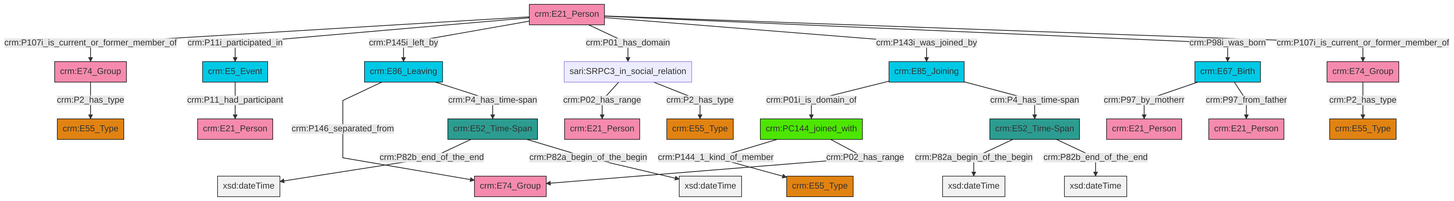
Earlier version of the Mermaid export et/personCSV/ttl/mmd/png/Person_Actor_Relations.png (swiss-art-research-net/docs.swissartresearch). Its source is kept beside it as et/personCSV/ttl/mmd/Person_Actor_Relations.ttl.mmd.
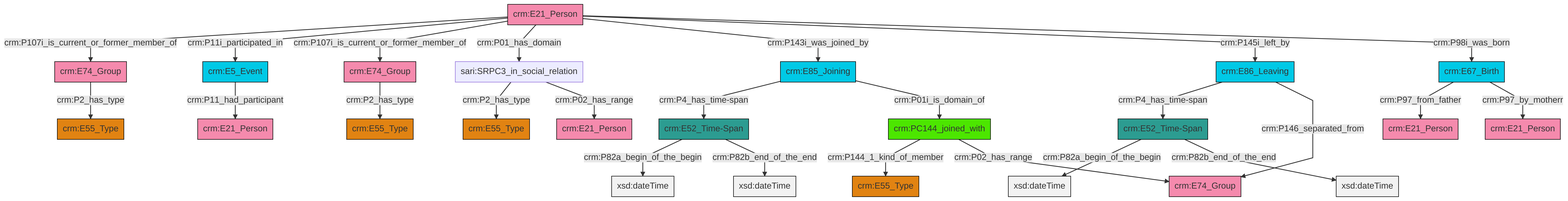
After the commit.

The edit, as a diff of the source:
```diff
@@ -13,27 +13,27 @@
 classDef PC_Classes fill:#4ce600, stroke:#000000;
 classDef Multi fill:#cccccc,stroke:#000000;
 
-0["crm:E21_Person"]:::Actor -->|crm:P107i_is_current_or_former_member_of| 1["crm:E74_Group"]:::Actor
-4["crm:PC144_joined_with"]:::PC_Classes -->|crm:P144_1_kind_of_member| 5["crm:E55_Type"]:::Type
-7["crm:E67_Birth"]:::Temporal_Entity -->|crm:P97_by_motherr| 8["crm:E21_Person"]:::Actor
-7["crm:E67_Birth"]:::Temporal_Entity -->|crm:P97_from_father| 10["crm:E21_Person"]:::Actor
-13["crm:E86_Leaving"]:::Temporal_Entity -->|crm:P146_separated_from| 14["crm:E74_Group"]:::Actor
-15["sari:SRPC3_in_social_relation"]:::Default -->|crm:P02_has_range| 16["crm:E21_Person"]:::Actor
-17["crm:E52_Time-Span"]:::Time-Span -->|crm:P82a_begin_of_the_begin| 18[xsd:dateTime]:::Literal
-19["crm:E52_Time-Span"]:::Time-Span -->|crm:P82b_end_of_the_end| 20[xsd:dateTime]:::Literal
-17["crm:E52_Time-Span"]:::Time-Span -->|crm:P82b_end_of_the_end| 21[xsd:dateTime]:::Literal
-0["crm:E21_Person"]:::Actor -->|crm:P11i_participated_in| 22["crm:E5_Event"]:::Temporal_Entity
-0["crm:E21_Person"]:::Actor -->|crm:P145i_left_by| 13["crm:E86_Leaving"]:::Temporal_Entity
-0["crm:E21_Person"]:::Actor -->|crm:P01_has_domain| 15["sari:SRPC3_in_social_relation"]:::Default
-0["crm:E21_Person"]:::Actor -->|crm:P143i_was_joined_by| 26["crm:E85_Joining"]:::Temporal_Entity
-0["crm:E21_Person"]:::Actor -->|crm:P98i_was_born| 7["crm:E67_Birth"]:::Temporal_Entity
-15["sari:SRPC3_in_social_relation"]:::Default -->|crm:P2_has_type| 27["crm:E55_Type"]:::Type
-19["crm:E52_Time-Span"]:::Time-Span -->|crm:P82a_begin_of_the_begin| 34[xsd:dateTime]:::Literal
-4["crm:PC144_joined_with"]:::PC_Classes -->|crm:P02_has_range| 14["crm:E74_Group"]:::Actor
-11["crm:E74_Group"]:::Actor -->|crm:P2_has_type| 24["crm:E55_Type"]:::Type
-13["crm:E86_Leaving"]:::Temporal_Entity -->|crm:P4_has_time-span| 19["crm:E52_Time-Span"]:::Time-Span
-26["crm:E85_Joining"]:::Temporal_Entity -->|crm:P01i_is_domain_of| 4["crm:PC144_joined_with"]:::PC_Classes
-1["crm:E74_Group"]:::Actor -->|crm:P2_has_type| 2["crm:E55_Type"]:::Type
-26["crm:E85_Joining"]:::Temporal_Entity -->|crm:P4_has_time-span| 17["crm:E52_Time-Span"]:::Time-Span
-22["crm:E5_Event"]:::Temporal_Entity -->|crm:P11_had_participant| 40["crm:E21_Person"]:::Actor
-0["crm:E21_Person"]:::Actor -->|crm:P107i_is_current_or_former_member_of| 11["crm:E74_Group"]:::Actor
+0["crm:E52_Time-Span"]:::Time-Span -->|crm:P82a_begin_of_the_begin| 1[xsd:dateTime]:::Literal
+2["crm:E5_Event"]:::Temporal_Entity -->|crm:P11_had_participant| 3["crm:E21_Person"]:::Actor
+6["crm:E21_Person"]:::Actor -->|crm:P107i_is_current_or_former_member_of| 7["crm:E74_Group"]:::Actor
+6["crm:E21_Person"]:::Actor -->|crm:P11i_participated_in| 2["crm:E5_Event"]:::Temporal_Entity
+10["sari:SRPC3_in_social_relation"]:::Default -->|crm:P2_has_type| 4["crm:E55_Type"]:::Type
+7["crm:E74_Group"]:::Actor -->|crm:P2_has_type| 13["crm:E55_Type"]:::Type
+15["crm:E85_Joining"]:::Temporal_Entity -->|crm:P4_has_time-span| 17["crm:E52_Time-Span"]:::Time-Span
+18["crm:PC144_joined_with"]:::PC_Classes -->|crm:P144_1_kind_of_member| 11["crm:E55_Type"]:::Type
+17["crm:E52_Time-Span"]:::Time-Span -->|crm:P82a_begin_of_the_begin| 23[xsd:dateTime]:::Literal
+26["crm:E74_Group"]:::Actor -->|crm:P2_has_type| 27["crm:E55_Type"]:::Type
+6["crm:E21_Person"]:::Actor -->|crm:P107i_is_current_or_former_member_of| 26["crm:E74_Group"]:::Actor
+6["crm:E21_Person"]:::Actor -->|crm:P01_has_domain| 10["sari:SRPC3_in_social_relation"]:::Default
+31["crm:E67_Birth"]:::Temporal_Entity -->|crm:P97_from_father| 24["crm:E21_Person"]:::Actor
+15["crm:E85_Joining"]:::Temporal_Entity -->|crm:P01i_is_domain_of| 18["crm:PC144_joined_with"]:::PC_Classes
+8["crm:E86_Leaving"]:::Temporal_Entity -->|crm:P4_has_time-span| 0["crm:E52_Time-Span"]:::Time-Span
+6["crm:E21_Person"]:::Actor -->|crm:P143i_was_joined_by| 15["crm:E85_Joining"]:::Temporal_Entity
+17["crm:E52_Time-Span"]:::Time-Span -->|crm:P82b_end_of_the_end| 33[xsd:dateTime]:::Literal
+6["crm:E21_Person"]:::Actor -->|crm:P145i_left_by| 8["crm:E86_Leaving"]:::Temporal_Entity
+31["crm:E67_Birth"]:::Temporal_Entity -->|crm:P97_by_motherr| 21["crm:E21_Person"]:::Actor
+0["crm:E52_Time-Span"]:::Time-Span -->|crm:P82b_end_of_the_end| 34[xsd:dateTime]:::Literal
+6["crm:E21_Person"]:::Actor -->|crm:P98i_was_born| 31["crm:E67_Birth"]:::Temporal_Entity
+10["sari:SRPC3_in_social_relation"]:::Default -->|crm:P02_has_range| 38["crm:E21_Person"]:::Actor
+18["crm:PC144_joined_with"]:::PC_Classes -->|crm:P02_has_range| 41["crm:E74_Group"]:::Actor
+8["crm:E86_Leaving"]:::Temporal_Entity -->|crm:P146_separated_from| 41["crm:E74_Group"]:::Actor
```
